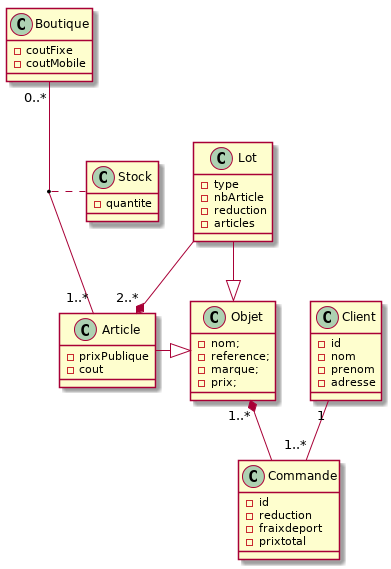
Earlier version of the PlantUML export doc/class.png (Yoanr/GestionBoutique).
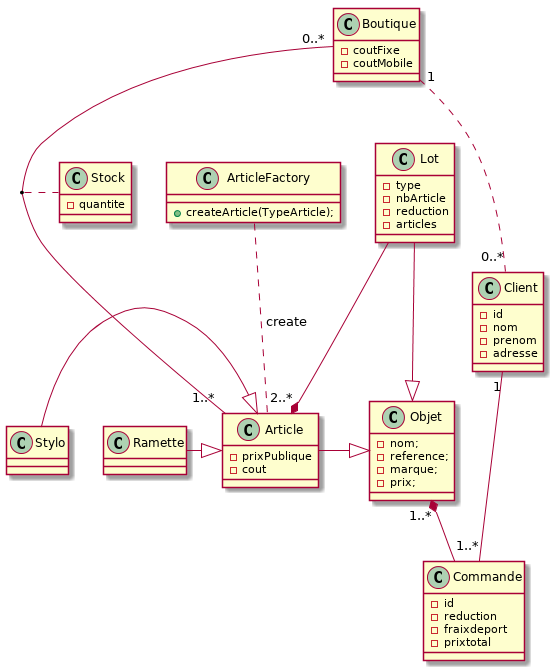
The same file after the commit.

The edit, as a diff of the source:
```diff
@@ -39,6 +39,17 @@
 -prix;
 }
 
+class Stylo{
+}
+
+class Ramette{
+}
+
+class ArticleFactory{
++createArticle(TypeArticle);
+}
+
+
 class Stock{
 -quantite
 }
@@ -47,7 +58,11 @@
 Article -|> Objet
 Lot -|> Objet
 Lot --* "2..*" Article
+Stylo -|> Article
+Ramette -|> Article
 Objet "1..*" *-- Commande
+Boutique "1" .. "0..*" Client
+ArticleFactory .. Article : "create"
 
 Boutique "0..*" -- "1..*" Article
 (Boutique, Article) .. Stock
```
